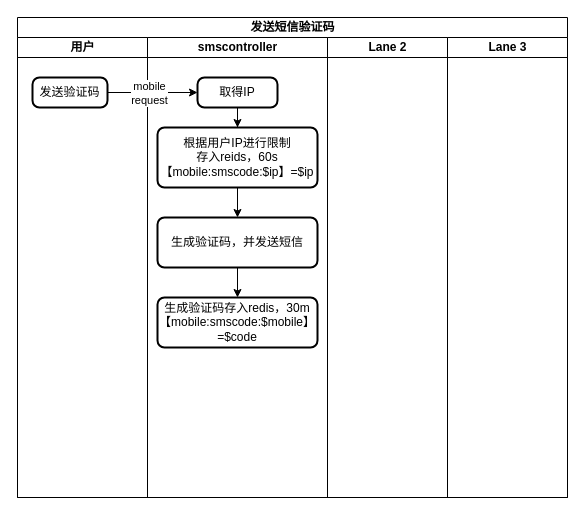
This is 注册.drawio from cnetly/docs, a draw.io file, before an edit. Source tidied: cells renumbered, new cells numbered last; positions are measured from the earlier drawing's top-left corner, leaving out a move shared by most shapes. Both pictures are drawn from the tidied source at 100%, with x=0, y=0 at pixel (17, 17).
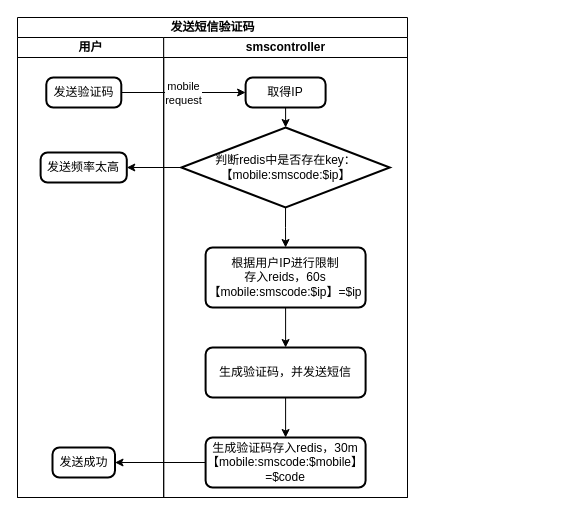
The same diagram, later.

Change to the diagram source:
```diff
@@
     <mxCell id="2" value="发送短信验证码" style="swimlane;html=1;startSize=20;" parent="1" vertex="1">
-      <mxGeometry width="550" height="480" as="geometry" />
+      <mxGeometry width="390" height="480" as="geometry" />
     </mxCell>
     <mxCell id="3" value="用户" style="swimlane;html=1;startSize=20;" parent="2" vertex="1">
-      <mxGeometry y="20" width="130" height="460" as="geometry" />
+      <mxGeometry y="20" width="146.2" height="460" as="geometry" />
     </mxCell>
     <mxCell id="4" value="发送验证码" style="rounded=1;whiteSpace=wrap;html=1;absoluteArcSize=1;arcSize=14;strokeWidth=2;" parent="3" vertex="1">
-      <mxGeometry x="15" y="40" width="75" height="30" as="geometry" />
+      <mxGeometry x="28.8" y="40" width="75" height="30" as="geometry" />
     </mxCell>
+    <mxCell id="17" value="发送成功" style="rounded=1;whiteSpace=wrap;html=1;absoluteArcSize=1;arcSize=14;strokeWidth=2;" parent="3" vertex="1">
+      <mxGeometry x="35" y="410" width="62.5" height="30" as="geometry" />
+    </mxCell>
+    <mxCell id="18" value="发送频率太高" style="rounded=1;whiteSpace=wrap;html=1;absoluteArcSize=1;arcSize=14;strokeWidth=2;" parent="3" vertex="1">
+      <mxGeometry x="23.1" y="115" width="86.2" height="30" as="geometry" />
+    </mxCell>
+    <mxCell id="15" style="edgeStyle=orthogonalEdgeStyle;rounded=0;jettySize=auto;html=1;" parent="2" edge="1" source="4" target="6">
+      <mxGeometry relative="1" as="geometry" />
+    </mxCell>
+    <mxCell id="16" value="mobile&lt;br&gt;request" style="edgeLabel;html=1;align=center;verticalAlign=middle;" parent="15" vertex="1">
+      <mxGeometry x="0.2" y="-1" relative="1" as="geometry">
+        <mxPoint x="-13" y="-1" as="offset" />
+      </mxGeometry>
+    </mxCell>
+    <mxCell id="19" style="edgeStyle=orthogonalEdgeStyle;rounded=0;jettySize=auto;html=1;" parent="2" edge="1" source="11" target="17">
+      <mxGeometry relative="1" as="geometry" />
+    </mxCell>
     <mxCell id="5" value="smscontroller" style="swimlane;html=1;startSize=20;" parent="2" vertex="1">
-      <mxGeometry x="130" y="20" width="180" height="460" as="geometry" />
+      <mxGeometry x="146.2" y="20" width="243.8" height="460" as="geometry" />
     </mxCell>
+    <mxCell id="20" style="edgeStyle=orthogonalEdgeStyle;rounded=0;jettySize=auto;html=1;" parent="5" edge="1" source="6" target="22">
+      <mxGeometry relative="1" as="geometry" />
+    </mxCell>
     <mxCell id="6" value="取得IP" style="rounded=1;whiteSpace=wrap;html=1;absoluteArcSize=1;arcSize=14;strokeWidth=2;" parent="5" vertex="1">
-      <mxGeometry x="50" y="40" width="80" height="30" as="geometry" />
+      <mxGeometry x="81.9" y="40" width="80" height="30" as="geometry" />
     </mxCell>
     <mxCell id="7" value="根据用户IP进行限制&lt;br&gt;存入reids，60s&lt;br&gt;【mobile:smscode:$ip】=$ip" style="rounded=1;whiteSpace=wrap;html=1;absoluteArcSize=1;arcSize=14;strokeWidth=2;" parent="5" vertex="1">
-      <mxGeometry x="10" y="90" width="160" height="60" as="geometry" />
+      <mxGeometry x="41.9" y="210" width="160" height="60" as="geometry" />
     </mxCell>
-    <mxCell id="8" style="edgeStyle=orthogonalEdgeStyle;rounded=0;jettySize=auto;html=1;" parent="5" edge="1" source="6" target="7">
-      <mxGeometry relative="1" as="geometry" />
-    </mxCell>
     <mxCell id="9" value="生成验证码，并发送短信" style="rounded=1;whiteSpace=wrap;html=1;absoluteArcSize=1;arcSize=14;strokeWidth=2;" parent="5" vertex="1">
-      <mxGeometry x="10" y="180" width="160" height="50" as="geometry" />
+      <mxGeometry x="41.9" y="310" width="160" height="50" as="geometry" />
     </mxCell>
@@
     <mxCell id="11" value="生成验证码存入redis，30m&lt;br&gt;【mobile:smscode:$mobile】=$code" style="rounded=1;whiteSpace=wrap;html=1;absoluteArcSize=1;arcSize=14;strokeWidth=2;" parent="5" vertex="1">
-      <mxGeometry x="10" y="260" width="160" height="50" as="geometry" />
+      <mxGeometry x="41.9" y="400" width="160" height="50" as="geometry" />
     </mxCell>
@@
-    <mxCell id="13" value="Lane 2" style="swimlane;html=1;startSize=20;" parent="2" vertex="1">
-      <mxGeometry x="310" y="20" width="120" height="460" as="geometry" />
-    </mxCell>
-    <mxCell id="14" value="Lane 3" style="swimlane;html=1;startSize=20;" parent="2" vertex="1">
-      <mxGeometry x="430" y="20" width="120" height="460" as="geometry" />
-    </mxCell>
-    <mxCell id="15" style="edgeStyle=orthogonalEdgeStyle;rounded=0;jettySize=auto;html=1;" parent="2" edge="1" source="4" target="6">
-      <mxGeometry relative="1" as="geometry" />
-    </mxCell>
-    <mxCell id="16" value="mobile&lt;br&gt;request" style="edgeLabel;html=1;align=center;verticalAlign=middle;" parent="15" vertex="1">
-      <mxGeometry x="0.2" y="-1" relative="1" as="geometry">
-        <mxPoint x="-13" y="-1" as="offset" />
-      </mxGeometry>
-    </mxCell>
+    <mxCell id="21" style="edgeStyle=orthogonalEdgeStyle;rounded=0;jettySize=auto;html=1;exitX=0.5;exitY=1;exitDx=0;exitDy=0;exitPerimeter=0;entryX=0.5;entryY=0;entryDx=0;entryDy=0;" parent="5" edge="1" source="22" target="7">
+      <mxGeometry relative="1" as="geometry" />
+    </mxCell>
+    <mxCell id="22" value="&lt;span&gt;判断redis中是否存在key：&lt;/span&gt;&lt;br&gt;&lt;span&gt;【mobile:smscode:$ip】&lt;/span&gt;" style="strokeWidth=2;html=1;shape=mxgraph.flowchart.decision;whiteSpace=wrap;" parent="5" vertex="1">
+      <mxGeometry x="17.6" y="90" width="208.5" height="80" as="geometry" />
+    </mxCell>
+    <mxCell id="23" style="edgeStyle=orthogonalEdgeStyle;rounded=0;jettySize=auto;html=1;" parent="2" edge="1" source="22" target="18">
+      <mxGeometry relative="1" as="geometry" />
+    </mxCell>
```
